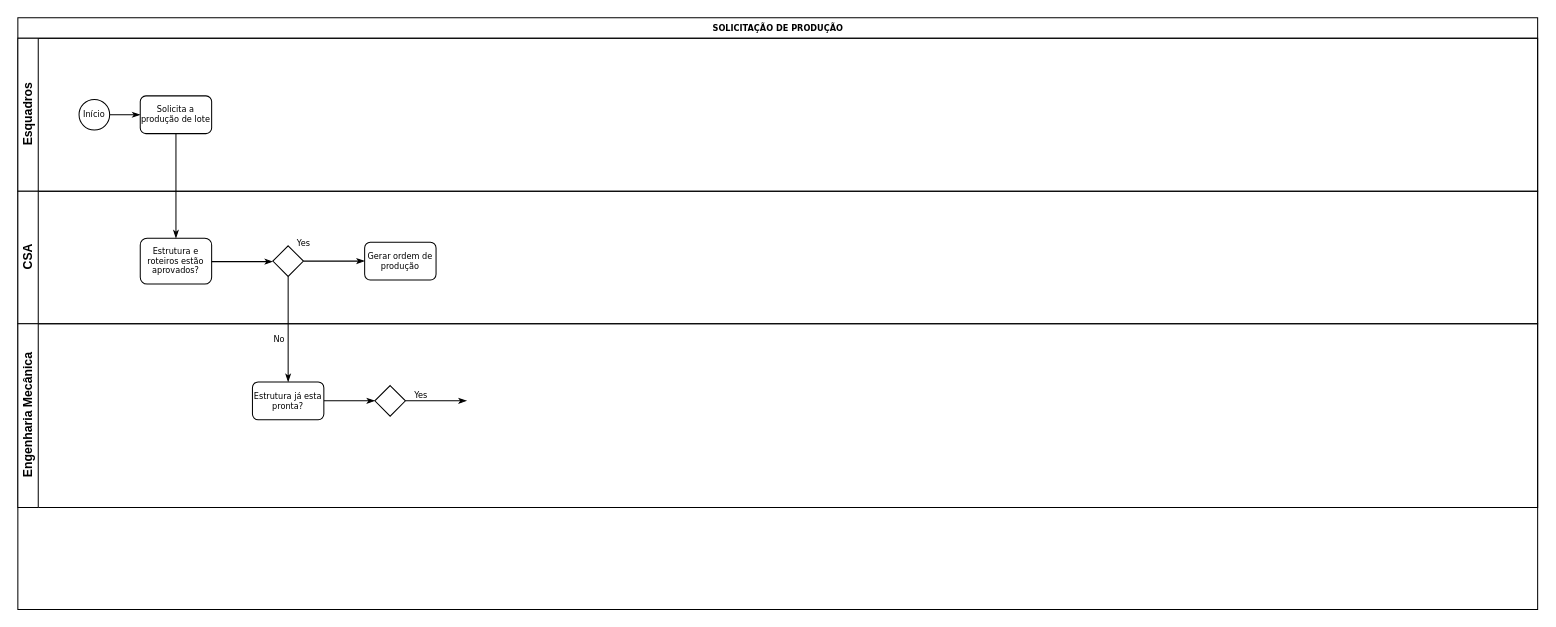
Before: fluxogramas/Diagrama sem nome.drawio in felipegps/fluxogramas, a draw.io diagram. Source tidied: cells renumbered, new cells numbered last; positions are measured from the earlier drawing's top-left corner, leaving out a move shared by most shapes. Both pictures are drawn from the tidied source at 102%, with x=0, y=0 at pixel (17, 17).
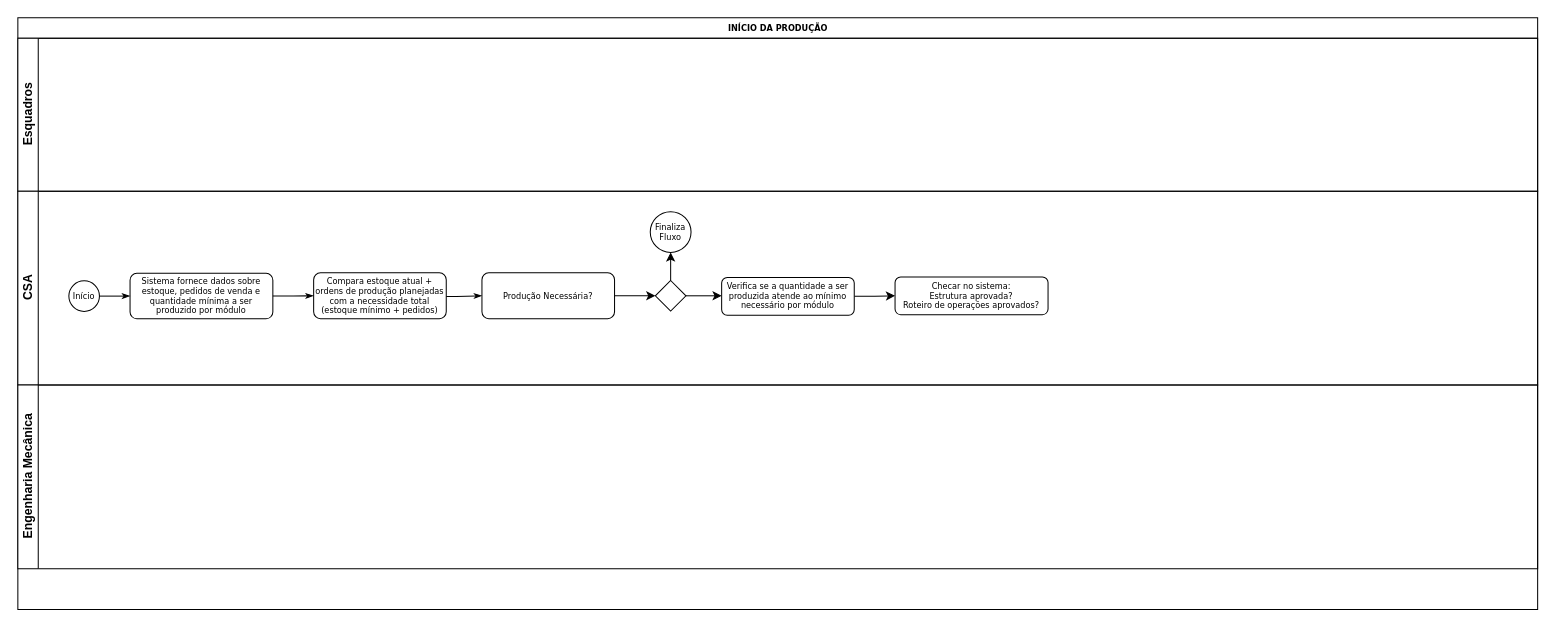
Above is the later version.

The change refers to these unchanged cells:
```xml
<mxCell id="3" value="Esquadros" style="swimlane;html=1;startSize=20;horizontal=0;" parent="2" vertex="1">
  <mxGeometry y="20" width="1490" height="150" as="geometry" />
</mxCell>
```

What changed in the source:
```diff
@@
-    <mxCell id="2" value="SOLICITAÇÃO DE PRODUÇÃO" style="swimlane;html=1;horizontal=1;startSize=20;rounded=0;shadow=0;labelBackgroundColor=none;strokeWidth=1;fontFamily=Verdana;fontSize=8;align=center;" parent="1" vertex="1">
+    <mxCell id="2" value="INÍCIO DA PRODUÇÃO" style="swimlane;html=1;horizontal=1;startSize=20;rounded=0;shadow=0;labelBackgroundColor=none;strokeWidth=1;fontFamily=Verdana;fontSize=8;align=center;" parent="1" vertex="1">
       <mxGeometry width="1490" height="580" as="geometry" />
     </mxCell>
@@
-    <mxCell id="4" style="edgeStyle=orthogonalEdgeStyle;rounded=0;html=1;labelBackgroundColor=none;startArrow=none;startFill=0;startSize=5;endArrow=classicThin;endFill=1;endSize=5;jettySize=auto;strokeWidth=1;fontFamily=Verdana;fontSize=8;" parent="3" edge="1" source="5" target="6">
-      <mxGeometry relative="1" as="geometry" />
-    </mxCell>
-    <mxCell id="5" value="Início" style="ellipse;whiteSpace=wrap;html=1;rounded=0;shadow=0;labelBackgroundColor=none;strokeWidth=1;fontFamily=Verdana;fontSize=8;align=center;" parent="3" vertex="1">
-      <mxGeometry x="60" y="60" width="30" height="30" as="geometry" />
-    </mxCell>
-    <mxCell id="6" value="Solicita a produção de lote" style="rounded=1;whiteSpace=wrap;html=1;shadow=0;labelBackgroundColor=none;strokeWidth=1;fontFamily=Verdana;fontSize=8;align=center;" parent="3" vertex="1">
-      <mxGeometry x="120" y="56.5" width="70" height="37" as="geometry" />
-    </mxCell>
     <mxCell id="7" value="CSA" style="swimlane;html=1;startSize=20;horizontal=0;" parent="2" vertex="1">
-      <mxGeometry y="170" width="1490" height="130" as="geometry" />
+      <mxGeometry y="170" width="1490" height="190" as="geometry" />
     </mxCell>
-    <mxCell id="8" style="edgeStyle=orthogonalEdgeStyle;rounded=0;html=1;labelBackgroundColor=none;startArrow=none;startFill=0;startSize=5;endArrow=classicThin;endFill=1;endSize=5;jettySize=auto;strokeWidth=1;fontFamily=Verdana;fontSize=8;exitX=0.987;exitY=0.418;exitDx=0;exitDy=0;exitPerimeter=0;" parent="7" edge="1" source="9" target="10">
+    <mxCell id="8" style="edgeStyle=orthogonalEdgeStyle;rounded=0;html=1;labelBackgroundColor=none;startArrow=none;startFill=0;startSize=5;endArrow=classicThin;endFill=1;endSize=5;jettySize=auto;strokeWidth=1;fontFamily=Verdana;fontSize=8;exitX=0.987;exitY=0.418;exitDx=0;exitDy=0;exitPerimeter=0;entryX=0;entryY=0.5;entryDx=0;entryDy=0;" parent="7" edge="1" source="9" target="22">
       <mxGeometry relative="1" as="geometry">
         <Array as="points">
-          <mxPoint x="189" y="69" />
+          <mxPoint x="369" y="99.2" />
+          <mxPoint x="369" y="103.2" />
+          <mxPoint x="430" y="103.2" />
         </Array>
       </mxGeometry>
     </mxCell>
-    <mxCell id="9" value="Estrutura e roteiros estão aprovados?" style="rounded=1;whiteSpace=wrap;html=1;shadow=0;labelBackgroundColor=none;strokeWidth=1;fontFamily=Verdana;fontSize=8;align=center;" parent="7" vertex="1">
-      <mxGeometry x="120" y="46" width="70" height="45" as="geometry" />
+    <mxCell id="9" value="Compara estoque atual + ordens de produção planejadas com a necessidade total (estoque mínimo + pedidos)" style="rounded=1;whiteSpace=wrap;html=1;shadow=0;labelBackgroundColor=none;strokeWidth=1;fontFamily=Verdana;fontSize=8;align=center;" parent="7" vertex="1">
+      <mxGeometry x="290" y="80" width="130" height="45" as="geometry" />
     </mxCell>
+    <mxCell id="12" style="edgeStyle=orthogonalEdgeStyle;rounded=0;jettySize=auto;html=1;exitX=1;exitY=0.5;exitDx=0;exitDy=0;exitPerimeter=0;entryX=0;entryY=0.5;entryDx=0;entryDy=0;" parent="7" edge="1" source="10" target="11">
+      <mxGeometry relative="1" as="geometry" />
+    </mxCell>
+    <mxCell id="20" style="edgeStyle=orthogonalEdgeStyle;rounded=0;jettySize=auto;html=1;exitX=0.5;exitY=0;exitDx=0;exitDy=0;exitPerimeter=0;entryX=0.5;entryY=1;entryDx=0;entryDy=0;" parent="7" edge="1" source="10" target="24">
+      <mxGeometry relative="1" as="geometry" />
+    </mxCell>
     <mxCell id="10" style="strokeWidth=1;html=1;shape=mxgraph.flowchart.decision;whiteSpace=wrap;rounded=1;shadow=0;labelBackgroundColor=none;fontFamily=Verdana;fontSize=8;align=center;" parent="7" vertex="1">
-      <mxGeometry x="250" y="53.5" width="30" height="30" as="geometry" />
+      <mxGeometry x="625" y="87.5" width="30" height="30" as="geometry" />
     </mxCell>
+    <mxCell id="21" style="edgeStyle=orthogonalEdgeStyle;rounded=0;jettySize=auto;html=1;exitX=1;exitY=0.5;exitDx=0;exitDy=0;entryX=0;entryY=0.5;entryDx=0;entryDy=0;" parent="7" edge="1" source="11" target="25">
+      <mxGeometry relative="1" as="geometry" />
+    </mxCell>
-    <mxCell id="11" value="Gerar ordem de produção" style="rounded=1;whiteSpace=wrap;html=1;shadow=0;labelBackgroundColor=none;strokeWidth=1;fontFamily=Verdana;fontSize=8;align=center;" parent="7" vertex="1">
-      <mxGeometry x="340" y="50" width="70" height="37" as="geometry" />
+    <mxCell id="11" value="Verifica se a quantidade a ser produzida atende ao mínimo necessário por módulo" style="rounded=1;whiteSpace=wrap;html=1;shadow=0;labelBackgroundColor=none;strokeWidth=1;fontFamily=Verdana;fontSize=8;align=center;" parent="7" vertex="1">
+      <mxGeometry x="690" y="84.5" width="130" height="37" as="geometry" />
     </mxCell>
-    <mxCell id="12" value="No" style="edgeStyle=orthogonalEdgeStyle;rounded=0;html=1;labelBackgroundColor=none;startArrow=none;startFill=0;startSize=5;endArrow=classicThin;endFill=1;endSize=5;jettySize=auto;strokeWidth=1;fontFamily=Verdana;fontSize=8;" parent="7" edge="1" source="10" target="11">
-      <mxGeometry x="-1" y="-39" relative="1" as="geometry">
-        <mxPoint x="-24" y="37" as="offset" />
-      </mxGeometry>
-    </mxCell>
+    <mxCell id="6" value="Sistema fornece dados sobre estoque, pedidos de venda e quantidade mínima a ser produzido por módulo" style="rounded=1;whiteSpace=wrap;html=1;shadow=0;labelBackgroundColor=none;strokeWidth=1;fontFamily=Verdana;fontSize=8;align=center;" parent="7" vertex="1">
+      <mxGeometry x="110" y="80.5" width="140" height="44.5" as="geometry" />
+    </mxCell>
-    <mxCell id="13" style="edgeStyle=orthogonalEdgeStyle;rounded=0;html=1;labelBackgroundColor=none;startArrow=none;startFill=0;startSize=5;endArrow=classicThin;endFill=1;endSize=5;jettySize=auto;strokeWidth=1;fontFamily=Verdana;fontSize=8;" parent="2" edge="1" source="6" target="9">
+    <mxCell id="13" style="edgeStyle=orthogonalEdgeStyle;rounded=0;html=1;labelBackgroundColor=none;startArrow=none;startFill=0;startSize=5;endArrow=classicThin;endFill=1;endSize=5;jettySize=auto;strokeWidth=1;fontFamily=Verdana;fontSize=8;" parent="7" edge="1" source="6" target="9">
       <mxGeometry relative="1" as="geometry" />
     </mxCell>
-    <mxCell id="14" value="Yes" style="edgeStyle=orthogonalEdgeStyle;rounded=0;html=1;labelBackgroundColor=none;startArrow=none;startFill=0;startSize=5;endArrow=classicThin;endFill=1;endSize=5;jettySize=auto;strokeWidth=1;fontFamily=Verdana;fontSize=8;" parent="2" edge="1" source="10" target="17">
-      <mxGeometry x="-1" y="37" relative="1" as="geometry">
-        <mxPoint x="-22" y="-33" as="offset" />
-      </mxGeometry>
-    </mxCell>
+    <mxCell id="5" value="Início" style="ellipse;whiteSpace=wrap;html=1;rounded=0;shadow=0;labelBackgroundColor=none;strokeWidth=1;fontFamily=Verdana;fontSize=8;align=center;" parent="7" vertex="1">
+      <mxGeometry x="50" y="87.8" width="30" height="30" as="geometry" />
+    </mxCell>
+    <mxCell id="4" style="edgeStyle=orthogonalEdgeStyle;rounded=0;html=1;labelBackgroundColor=none;startArrow=none;startFill=0;startSize=5;endArrow=classicThin;endFill=1;endSize=5;jettySize=auto;strokeWidth=1;fontFamily=Verdana;fontSize=8;" parent="7" edge="1" source="5" target="6">
+      <mxGeometry relative="1" as="geometry" />
+    </mxCell>
+    <mxCell id="22" value="Produção Necessária?" style="rounded=1;whiteSpace=wrap;html=1;shadow=0;labelBackgroundColor=none;strokeWidth=1;fontFamily=Verdana;fontSize=8;align=center;" parent="7" vertex="1">
+      <mxGeometry x="455" y="80" width="130" height="45" as="geometry" />
+    </mxCell>
+    <mxCell id="23" style="edgeStyle=orthogonalEdgeStyle;rounded=0;jettySize=auto;html=1;exitX=1;exitY=0.5;exitDx=0;exitDy=0;entryX=0;entryY=0.5;entryDx=0;entryDy=0;entryPerimeter=0;" parent="7" edge="1" source="22" target="10">
+      <mxGeometry relative="1" as="geometry" />
+    </mxCell>
+    <mxCell id="24" value="Finaliza Fluxo" style="ellipse;whiteSpace=wrap;html=1;rounded=0;shadow=0;labelBackgroundColor=none;strokeWidth=1;fontFamily=Verdana;fontSize=8;align=center;" parent="7" vertex="1">
+      <mxGeometry x="620" y="20" width="40" height="40" as="geometry" />
+    </mxCell>
+    <mxCell id="25" value="Checar no sistema:&lt;br&gt;Estrutura aprovada?&lt;div&gt;Roteiro de operações aprovados?&lt;/div&gt;" style="rounded=1;whiteSpace=wrap;html=1;shadow=0;labelBackgroundColor=none;strokeWidth=1;fontFamily=Verdana;fontSize=8;align=center;" parent="7" vertex="1">
+      <mxGeometry x="860" y="84" width="150" height="37" as="geometry" />
+    </mxCell>
     <mxCell id="15" value="Engenharia Mecânica" style="swimlane;html=1;startSize=20;horizontal=0;" parent="2" vertex="1">
-      <mxGeometry y="300" width="1490" height="180" as="geometry" />
+      <mxGeometry y="360" width="1490" height="180" as="geometry" />
     </mxCell>
-    <mxCell id="16" style="edgeStyle=orthogonalEdgeStyle;rounded=0;html=1;labelBackgroundColor=none;startArrow=none;startFill=0;startSize=5;endArrow=classicThin;endFill=1;endSize=5;jettySize=auto;strokeWidth=1;fontFamily=Verdana;fontSize=8;" parent="15" edge="1" source="17" target="19">
-      <mxGeometry relative="1" as="geometry" />
-    </mxCell>
-    <mxCell id="17" value="Estrutura já esta pronta?" style="rounded=1;whiteSpace=wrap;html=1;shadow=0;labelBackgroundColor=none;strokeWidth=1;fontFamily=Verdana;fontSize=8;align=center;" parent="15" vertex="1">
-      <mxGeometry x="230" y="57" width="70" height="37" as="geometry" />
-    </mxCell>
-    <mxCell id="18" value="Yes" style="edgeStyle=orthogonalEdgeStyle;rounded=0;html=1;entryX=0;entryY=0.5;labelBackgroundColor=none;startArrow=none;startFill=0;startSize=5;endArrow=classicThin;endFill=1;endSize=5;jettySize=auto;strokeWidth=1;fontFamily=Verdana;fontSize=8;" parent="15" edge="1" source="19">
-      <mxGeometry x="-0.5" y="6" relative="1" as="geometry">
-        <mxPoint x="440" y="75.5" as="targetPoint" />
-      </mxGeometry>
-    </mxCell>
-    <mxCell id="19" style="strokeWidth=1;html=1;shape=mxgraph.flowchart.decision;whiteSpace=wrap;rounded=1;shadow=0;labelBackgroundColor=none;fontFamily=Verdana;fontSize=8;align=center;" parent="15" vertex="1">
-      <mxGeometry x="350" y="60.5" width="30" height="30" as="geometry" />
-    </mxCell>
```
